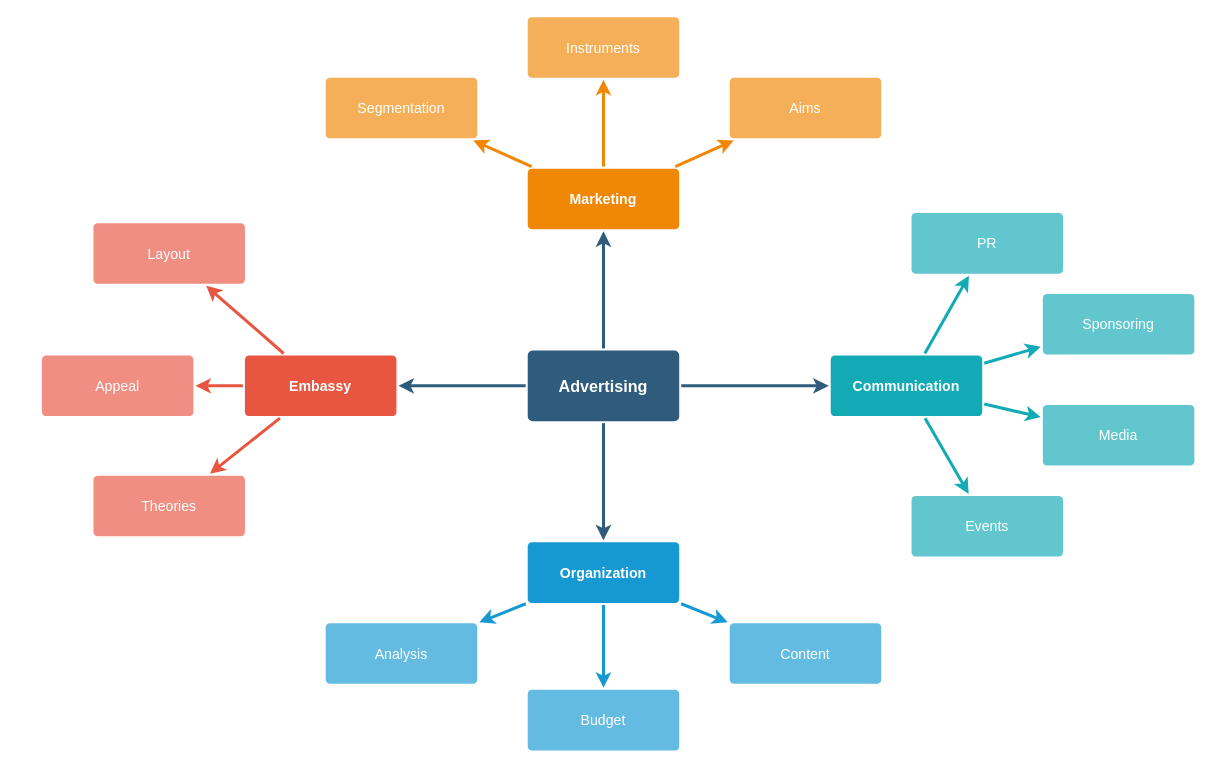
Before: Mapa Conceitual/Untitled Diagram.drawio in zululuga/Ecogamma-mapa, a draw.io diagram. Source tidied: cells renumbered, new cells numbered last; positions are measured from the earlier drawing's top-left corner, leaving out a move shared by most shapes. Both pictures are drawn from the tidied source at 101%, with x=0, y=0 at pixel (41, 16).
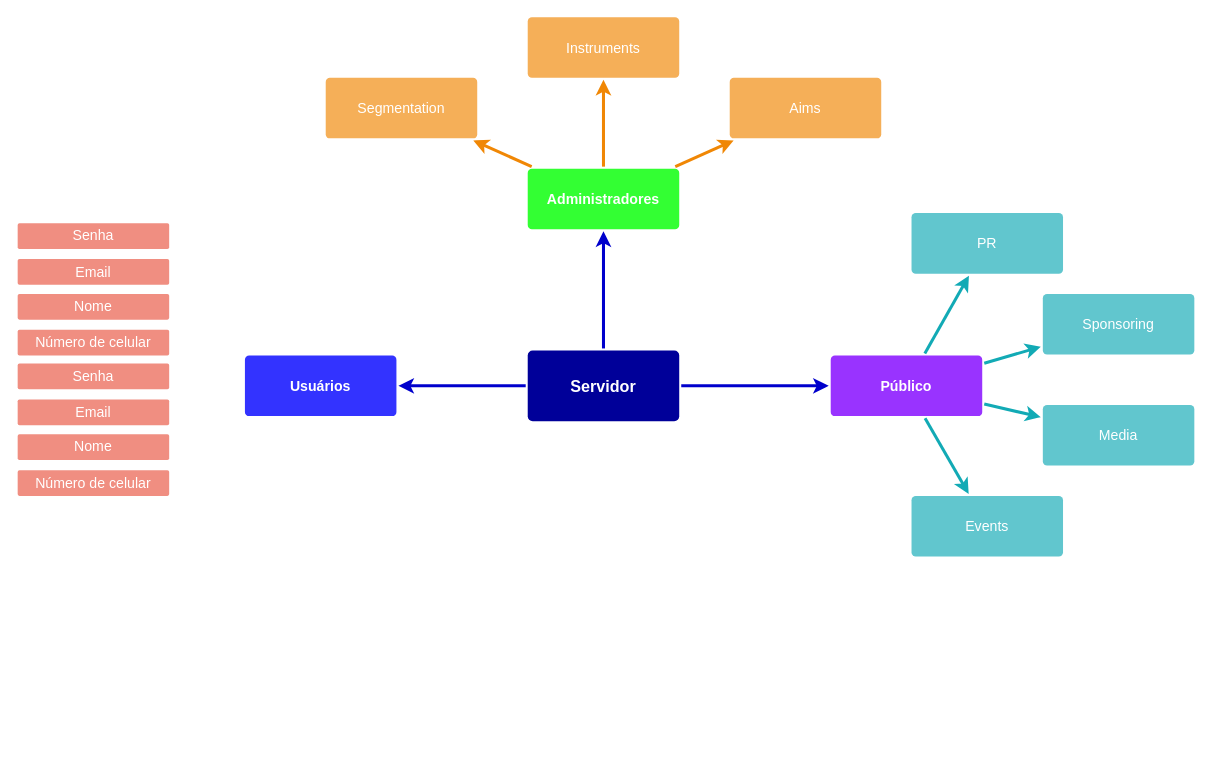
After the change.

What changed in the source:
```diff
@@
-    <mxCell id="2" style="edgeStyle=none;rounded=0;jumpStyle=none;html=1;shadow=0;labelBackgroundColor=none;startArrow=none;startFill=0;endArrow=classic;endFill=1;jettySize=auto;strokeColor=#2F5B7C;strokeWidth=3;fontFamily=Helvetica;fontSize=16;fontColor=#23445D;spacing=5;" parent="1" edge="1" source="6" target="21">
+    <mxCell id="2" style="edgeStyle=none;rounded=0;jumpStyle=none;html=1;shadow=0;labelBackgroundColor=none;startArrow=none;startFill=0;endArrow=classic;endFill=1;jettySize=auto;strokeColor=#0000CC;strokeWidth=3;fontFamily=Helvetica;fontSize=16;fontColor=#23445D;spacing=5;" parent="1" edge="1" source="6" target="21">
       <mxGeometry relative="1" as="geometry" />
     </mxCell>
-    <mxCell id="3" style="edgeStyle=none;rounded=0;jumpStyle=none;html=1;shadow=0;labelBackgroundColor=none;startArrow=none;startFill=0;endArrow=classic;endFill=1;jettySize=auto;strokeColor=#2F5B7C;strokeWidth=3;fontFamily=Helvetica;fontSize=16;fontColor=#23445D;spacing=5;" parent="1" edge="1" source="6" target="28">
+    <mxCell id="3" style="edgeStyle=none;rounded=0;jumpStyle=none;html=1;shadow=0;labelBackgroundColor=none;startArrow=none;startFill=0;endArrow=classic;endFill=1;jettySize=auto;strokeColor=#0000CC;strokeWidth=3;fontFamily=Helvetica;fontSize=16;fontColor=#23445D;spacing=5;" parent="1" edge="1" source="6" target="28">
       <mxGeometry relative="1" as="geometry" />
     </mxCell>
-    <mxCell id="4" style="edgeStyle=none;rounded=0;jumpStyle=none;html=1;shadow=0;labelBackgroundColor=none;startArrow=none;startFill=0;endArrow=classic;endFill=1;jettySize=auto;strokeColor=#2F5B7C;strokeWidth=3;fontFamily=Helvetica;fontSize=16;fontColor=#23445D;spacing=5;" parent="1" edge="1" source="6" target="17">
-      <mxGeometry relative="1" as="geometry" />
-    </mxCell>
-    <mxCell id="5" style="edgeStyle=none;rounded=0;jumpStyle=none;html=1;shadow=0;labelBackgroundColor=none;startArrow=none;startFill=0;endArrow=classic;endFill=1;jettySize=auto;strokeColor=#2F5B7C;strokeWidth=3;fontFamily=Helvetica;fontSize=16;fontColor=#23445D;spacing=5;" parent="1" edge="1" source="6" target="10">
+    <mxCell id="5" style="edgeStyle=none;rounded=0;jumpStyle=none;html=1;shadow=0;labelBackgroundColor=none;startArrow=none;startFill=0;endArrow=classic;endFill=1;jettySize=auto;strokeColor=#0000CC;strokeWidth=3;fontFamily=Helvetica;fontSize=16;fontColor=#23445D;spacing=5;" parent="1" edge="1" source="6" target="10">
       <mxGeometry relative="1" as="geometry" />
     </mxCell>
-    <mxCell id="6" value="Advertising" style="rounded=1;whiteSpace=wrap;html=1;shadow=0;labelBackgroundColor=none;strokeColor=none;strokeWidth=3;fillColor=#2F5B7C;fontFamily=Helvetica;fontSize=16;fontColor=#FFFFFF;align=center;fontStyle=1;spacing=5;arcSize=7;perimeterSpacing=2;" parent="1" vertex="1">
+    <mxCell id="6" value="Servidor" style="rounded=1;whiteSpace=wrap;html=1;shadow=0;labelBackgroundColor=none;strokeColor=none;strokeWidth=3;fillColor=#000099;fontFamily=Helvetica;fontSize=16;fontColor=#FFFFFF;align=center;fontStyle=1;spacing=5;arcSize=7;perimeterSpacing=2;" parent="1" vertex="1">
       <mxGeometry x="481" y="330.5" width="150" height="70" as="geometry" />
     </mxCell>
-    <mxCell id="7" style="edgeStyle=none;rounded=1;jumpStyle=none;html=1;shadow=0;labelBackgroundColor=none;startArrow=none;startFill=0;jettySize=auto;strokeColor=#E85642;strokeWidth=3;fontFamily=Helvetica;fontSize=14;fontColor=#FFFFFF;spacing=5;fontStyle=1;fillColor=#b0e3e6;" parent="1" edge="1" source="10" target="13">
-      <mxGeometry relative="1" as="geometry" />
-    </mxCell>
-    <mxCell id="8" style="edgeStyle=none;rounded=1;jumpStyle=none;html=1;shadow=0;labelBackgroundColor=none;startArrow=none;startFill=0;jettySize=auto;strokeColor=#E85642;strokeWidth=3;fontFamily=Helvetica;fontSize=14;fontColor=#FFFFFF;spacing=5;fontStyle=1;fillColor=#b0e3e6;" parent="1" edge="1" source="10" target="12">
-      <mxGeometry relative="1" as="geometry" />
-    </mxCell>
-    <mxCell id="9" style="edgeStyle=none;rounded=1;jumpStyle=none;html=1;shadow=0;labelBackgroundColor=none;startArrow=none;startFill=0;jettySize=auto;strokeColor=#E85642;strokeWidth=3;fontFamily=Helvetica;fontSize=14;fontColor=#FFFFFF;spacing=5;fontStyle=1;fillColor=#b0e3e6;" parent="1" edge="1" source="10" target="11">
-      <mxGeometry relative="1" as="geometry" />
-    </mxCell>
-    <mxCell id="10" value="Embassy" style="rounded=1;whiteSpace=wrap;html=1;shadow=0;labelBackgroundColor=none;strokeColor=none;strokeWidth=3;fillColor=#e85642;fontFamily=Helvetica;fontSize=14;fontColor=#FFFFFF;align=center;spacing=5;fontStyle=1;arcSize=7;perimeterSpacing=2;" parent="1" vertex="1">
+    <mxCell id="10" value="Usuários" style="rounded=1;whiteSpace=wrap;html=1;shadow=0;labelBackgroundColor=none;strokeColor=none;strokeWidth=3;fillColor=#3333FF;fontFamily=Helvetica;fontSize=14;fontColor=#FFFFFF;align=center;spacing=5;fontStyle=1;arcSize=7;perimeterSpacing=2;" parent="1" vertex="1">
       <mxGeometry x="201" y="335.5" width="150" height="60" as="geometry" />
     </mxCell>
-    <mxCell id="11" value="Theories" style="rounded=1;whiteSpace=wrap;html=1;shadow=0;labelBackgroundColor=none;strokeColor=none;strokeWidth=3;fillColor=#f08e81;fontFamily=Helvetica;fontSize=14;fontColor=#FFFFFF;align=center;spacing=5;fontStyle=0;arcSize=7;perimeterSpacing=2;" parent="1" vertex="1">
-      <mxGeometry x="51" y="454.5" width="150" height="60" as="geometry" />
-    </mxCell>
-    <mxCell id="12" value="Appeal" style="rounded=1;whiteSpace=wrap;html=1;shadow=0;labelBackgroundColor=none;strokeColor=none;strokeWidth=3;fillColor=#f08e81;fontFamily=Helvetica;fontSize=14;fontColor=#FFFFFF;align=center;spacing=5;fontStyle=0;arcSize=7;perimeterSpacing=2;" parent="1" vertex="1">
-      <mxGeometry y="335.5" width="150" height="60" as="geometry" />
-    </mxCell>
-    <mxCell id="13" value="Layout" style="rounded=1;whiteSpace=wrap;html=1;shadow=0;labelBackgroundColor=none;strokeColor=none;strokeWidth=3;fillColor=#f08e81;fontFamily=Helvetica;fontSize=14;fontColor=#FFFFFF;align=center;spacing=5;fontStyle=0;arcSize=7;perimeterSpacing=2;" parent="1" vertex="1">
-      <mxGeometry x="51" y="204.5" width="150" height="60" as="geometry" />
+    <mxCell id="13" value="Senha" style="rounded=1;whiteSpace=wrap;html=1;shadow=0;labelBackgroundColor=none;strokeColor=none;strokeWidth=3;fillColor=#f08e81;fontFamily=Helvetica;fontSize=14;fontColor=#FFFFFF;align=center;spacing=5;fontStyle=0;arcSize=7;perimeterSpacing=2;" parent="1" vertex="1">
+      <mxGeometry x="-24" y="204.5" width="150" height="25.5" as="geometry" />
     </mxCell>
-    <mxCell id="14" style="edgeStyle=none;rounded=0;jumpStyle=none;html=1;shadow=0;labelBackgroundColor=none;startArrow=none;startFill=0;endArrow=classic;endFill=1;jettySize=auto;strokeColor=#1699D3;strokeWidth=3;fontFamily=Helvetica;fontSize=14;fontColor=#FFFFFF;spacing=5;" parent="1" edge="1" source="17" target="20">
-      <mxGeometry relative="1" as="geometry" />
-    </mxCell>
-    <mxCell id="15" style="edgeStyle=none;rounded=0;jumpStyle=none;html=1;shadow=0;labelBackgroundColor=none;startArrow=none;startFill=0;endArrow=classic;endFill=1;jettySize=auto;strokeColor=#1699D3;strokeWidth=3;fontFamily=Helvetica;fontSize=14;fontColor=#FFFFFF;spacing=5;" parent="1" edge="1" source="17" target="19">
-      <mxGeometry relative="1" as="geometry" />
-    </mxCell>
-    <mxCell id="16" style="edgeStyle=none;rounded=0;jumpStyle=none;html=1;shadow=0;labelBackgroundColor=none;startArrow=none;startFill=0;endArrow=classic;endFill=1;jettySize=auto;strokeColor=#1699D3;strokeWidth=3;fontFamily=Helvetica;fontSize=14;fontColor=#FFFFFF;spacing=5;" parent="1" edge="1" source="17" target="18">
-      <mxGeometry relative="1" as="geometry" />
-    </mxCell>
-    <mxCell id="17" value="Organization" style="rounded=1;whiteSpace=wrap;html=1;shadow=0;labelBackgroundColor=none;strokeColor=none;strokeWidth=3;fillColor=#1699d3;fontFamily=Helvetica;fontSize=14;fontColor=#FFFFFF;align=center;spacing=5;fontStyle=1;arcSize=7;perimeterSpacing=2;" parent="1" vertex="1">
-      <mxGeometry x="481" y="520.5" width="150" height="60" as="geometry" />
-    </mxCell>
-    <mxCell id="18" value="Content" style="rounded=1;whiteSpace=wrap;html=1;shadow=0;labelBackgroundColor=none;strokeColor=none;strokeWidth=3;fillColor=#64bbe2;fontFamily=Helvetica;fontSize=14;fontColor=#FFFFFF;align=center;spacing=5;arcSize=7;perimeterSpacing=2;" parent="1" vertex="1">
-      <mxGeometry x="681" y="600.5" width="150" height="60" as="geometry" />
-    </mxCell>
-    <mxCell id="19" value="Budget" style="rounded=1;whiteSpace=wrap;html=1;shadow=0;labelBackgroundColor=none;strokeColor=none;strokeWidth=3;fillColor=#64bbe2;fontFamily=Helvetica;fontSize=14;fontColor=#FFFFFF;align=center;spacing=5;arcSize=7;perimeterSpacing=2;" parent="1" vertex="1">
-      <mxGeometry x="481" y="666.5" width="150" height="60" as="geometry" />
-    </mxCell>
-    <mxCell id="20" value="Analysis" style="rounded=1;whiteSpace=wrap;html=1;shadow=0;labelBackgroundColor=none;strokeColor=none;strokeWidth=3;fillColor=#64bbe2;fontFamily=Helvetica;fontSize=14;fontColor=#FFFFFF;align=center;spacing=5;arcSize=7;perimeterSpacing=2;" parent="1" vertex="1">
-      <mxGeometry x="281" y="600.5" width="150" height="60" as="geometry" />
-    </mxCell>
-    <mxCell id="21" value="Marketing" style="rounded=1;whiteSpace=wrap;html=1;shadow=0;labelBackgroundColor=none;strokeColor=none;strokeWidth=3;fillColor=#F08705;fontFamily=Helvetica;fontSize=14;fontColor=#FFFFFF;align=center;spacing=5;fontStyle=1;arcSize=7;perimeterSpacing=2;" parent="1" vertex="1">
+    <mxCell id="21" value="Administradores" style="rounded=1;whiteSpace=wrap;html=1;shadow=0;labelBackgroundColor=none;strokeColor=none;strokeWidth=3;fillColor=#33FF33;fontFamily=Helvetica;fontSize=14;fontColor=#FFFFFF;align=center;spacing=5;fontStyle=1;arcSize=7;perimeterSpacing=2;" parent="1" vertex="1">
       <mxGeometry x="481" y="150.5" width="150" height="60" as="geometry" />
     </mxCell>
@@
-    <mxCell id="28" value="Communication" style="rounded=1;whiteSpace=wrap;html=1;shadow=0;labelBackgroundColor=none;strokeColor=none;strokeWidth=3;fillColor=#12aab5;fontFamily=Helvetica;fontSize=14;fontColor=#FFFFFF;align=center;spacing=5;fontStyle=1;arcSize=7;perimeterSpacing=2;" parent="1" vertex="1">
+    <mxCell id="28" value="Público" style="rounded=1;whiteSpace=wrap;html=1;shadow=0;labelBackgroundColor=none;strokeColor=none;strokeWidth=3;fillColor=#9933FF;fontFamily=Helvetica;fontSize=14;fontColor=#FFFFFF;align=center;spacing=5;fontStyle=1;arcSize=7;perimeterSpacing=2;" parent="1" vertex="1">
       <mxGeometry x="781" y="335.5" width="150" height="60" as="geometry" />
     </mxCell>
@@
+    <mxCell id="37" value="Email" style="rounded=1;whiteSpace=wrap;html=1;shadow=0;labelBackgroundColor=none;strokeColor=none;strokeWidth=3;fillColor=#f08e81;fontFamily=Helvetica;fontSize=14;fontColor=#FFFFFF;align=center;spacing=5;fontStyle=0;arcSize=7;perimeterSpacing=2;" parent="1" vertex="1">
+      <mxGeometry x="-24" y="240" width="150" height="25.5" as="geometry" />
+    </mxCell>
+    <mxCell id="38" value="Nome" style="rounded=1;whiteSpace=wrap;html=1;shadow=0;labelBackgroundColor=none;strokeColor=none;strokeWidth=3;fillColor=#f08e81;fontFamily=Helvetica;fontSize=14;fontColor=#FFFFFF;align=center;spacing=5;fontStyle=0;arcSize=7;perimeterSpacing=2;" parent="1" vertex="1">
+      <mxGeometry x="-24" y="274.5" width="150" height="25.5" as="geometry" />
+    </mxCell>
+    <mxCell id="39" value="Número de celular" style="rounded=1;whiteSpace=wrap;html=1;shadow=0;labelBackgroundColor=none;strokeColor=none;strokeWidth=3;fillColor=#f08e81;fontFamily=Helvetica;fontSize=14;fontColor=#FFFFFF;align=center;spacing=5;fontStyle=0;arcSize=7;perimeterSpacing=2;" parent="1" vertex="1">
+      <mxGeometry x="-24" y="310" width="150" height="25.5" as="geometry" />
+    </mxCell>
+    <mxCell id="40" value="Senha" style="rounded=1;whiteSpace=wrap;html=1;shadow=0;labelBackgroundColor=none;strokeColor=none;strokeWidth=3;fillColor=#f08e81;fontFamily=Helvetica;fontSize=14;fontColor=#FFFFFF;align=center;spacing=5;fontStyle=0;arcSize=7;perimeterSpacing=2;" parent="1" vertex="1">
+      <mxGeometry x="-24" y="343.5" width="150" height="25.5" as="geometry" />
+    </mxCell>
+    <mxCell id="41" value="Email" style="rounded=1;whiteSpace=wrap;html=1;shadow=0;labelBackgroundColor=none;strokeColor=none;strokeWidth=3;fillColor=#f08e81;fontFamily=Helvetica;fontSize=14;fontColor=#FFFFFF;align=center;spacing=5;fontStyle=0;arcSize=7;perimeterSpacing=2;" parent="1" vertex="1">
+      <mxGeometry x="-24" y="379" width="150" height="25.5" as="geometry" />
+    </mxCell>
+    <mxCell id="42" value="Nome" style="rounded=1;whiteSpace=wrap;html=1;shadow=0;labelBackgroundColor=none;strokeColor=none;strokeWidth=3;fillColor=#f08e81;fontFamily=Helvetica;fontSize=14;fontColor=#FFFFFF;align=center;spacing=5;fontStyle=0;arcSize=7;perimeterSpacing=2;" parent="1" vertex="1">
+      <mxGeometry x="-24" y="413.5" width="150" height="25.5" as="geometry" />
+    </mxCell>
+    <mxCell id="43" value="Número de celular" style="rounded=1;whiteSpace=wrap;html=1;shadow=0;labelBackgroundColor=none;strokeColor=none;strokeWidth=3;fillColor=#f08e81;fontFamily=Helvetica;fontSize=14;fontColor=#FFFFFF;align=center;spacing=5;fontStyle=0;arcSize=7;perimeterSpacing=2;" parent="1" vertex="1">
+      <mxGeometry x="-24" y="449" width="150" height="25.5" as="geometry" />
+    </mxCell>
```
